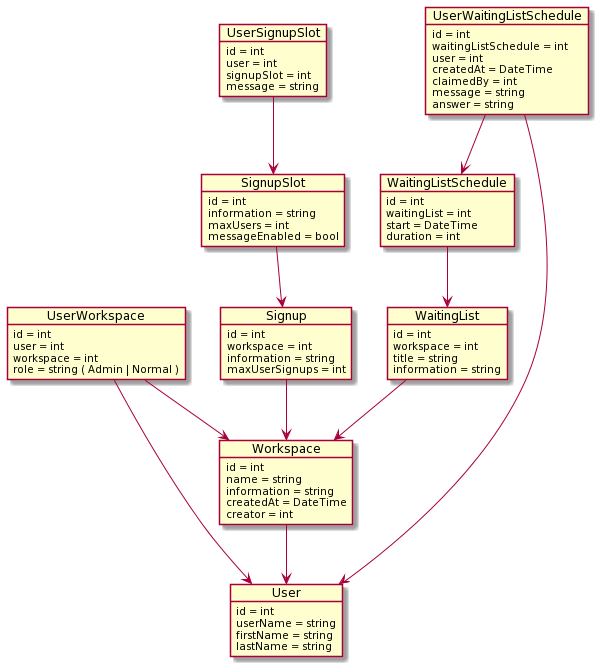
InputPlaceholderName/tosca-backend keeps this PlantUML diagram as docs/database_schema.png. Above is the earlier version.
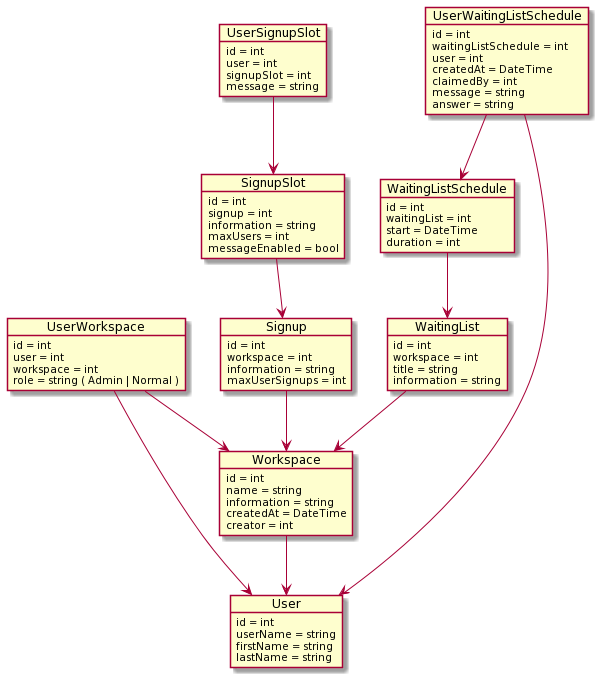
After the change.

Change to the diagram source:
```diff
@@ -54,6 +54,7 @@
 
 object SignupSlot {
     id = int
+    signup = int
     information = string
     maxUsers = int
     messageEnabled = bool
```
